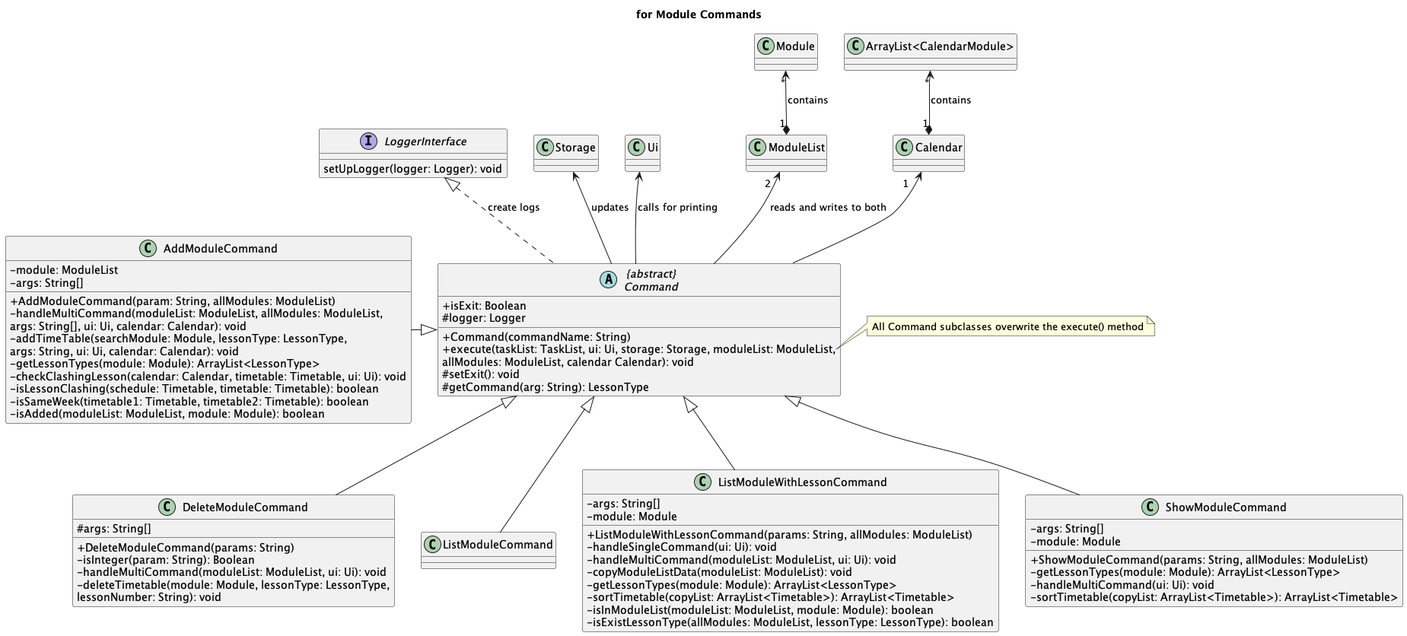
nus-cs2113-AY2223S2/tp keeps this PlantUML diagram as docs/uml-diagrams/Command2-for_Module_Commands.png. Above is the earlier version.
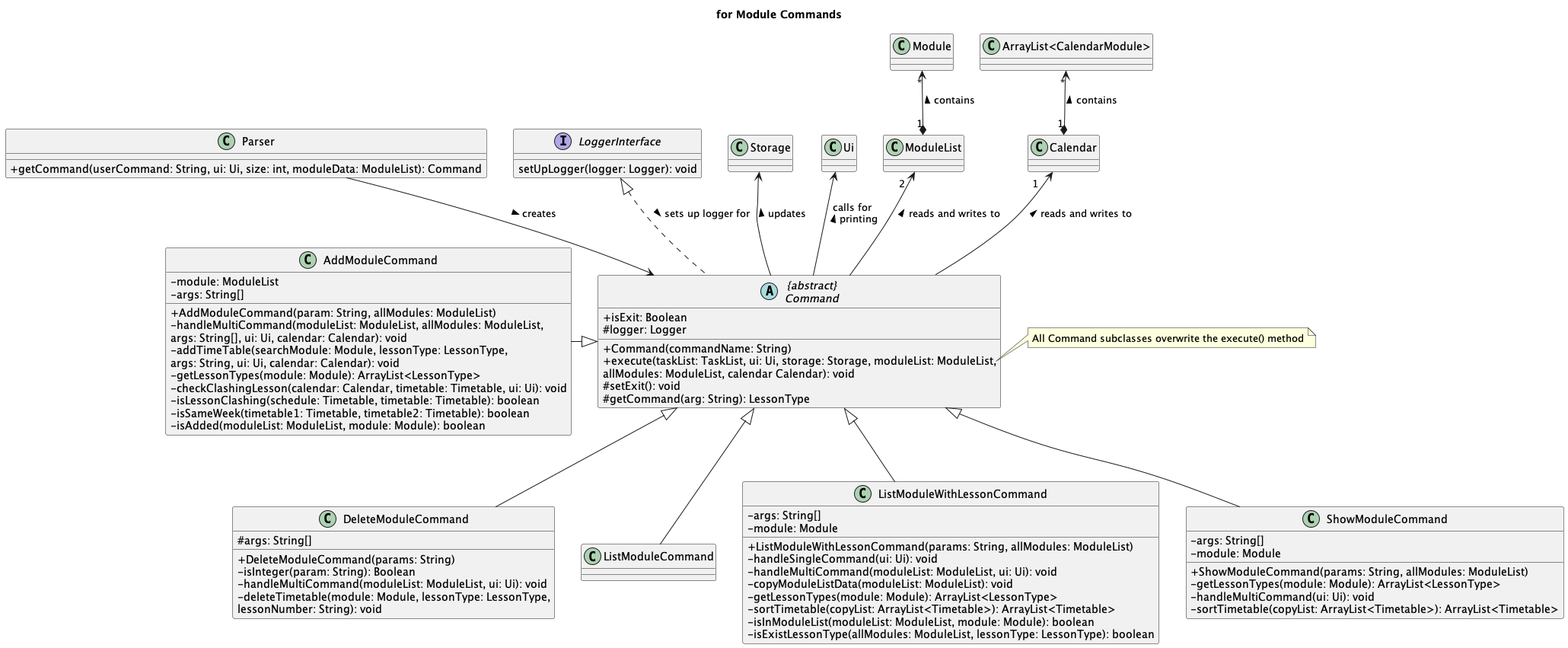
The same diagram one commit later.

What changed in the source:
```diff
@@ -2,6 +2,11 @@
 skinparam classAttributeIconSize 0
 
 title for Module Commands
+
+class Parser {
++ getCommand(userCommand: String, ui: Ui, size: int, moduleData: ModuleList): Command
+}
+Parser --> Command : creates >
 
 abstract class "{abstract}\nCommand" as Command {
 + isExit: Boolean
@@ -20,7 +25,7 @@
 note right of Command::execute
     All Command subclasses overwrite the execute() method
 end note
-LoggerInterface <|.. Command : create logs
+LoggerInterface <|.. Command : sets up logger for >
 
 class AddModuleCommand {
 - module: ModuleList
@@ -74,11 +79,11 @@
 - sortTimetable(copyList: ArrayList<Timetable>): ArrayList<Timetable>
 }
 Command <|-- ShowModuleCommand
-Storage <-- Command : updates
-Ui <-- Command : "calls for printing            "
-ModuleList "2  " <-- Command : " reads and writes to both"
-Module "*" <--* "1" ModuleList : contains
-Calendar "1   " <-- Command
-"ArrayList<CalendarModule>" "*" <--* "1" Calendar : contains
+Storage <-- Command : updates <
+Ui <-- Command : calls for \nprinting <
+ModuleList "2  " <-- Command : reads and writes to <
+Module "*" <--* "1" ModuleList : contains <
+Calendar "1   " <-- Command : reads and writes to <
+"ArrayList<CalendarModule>" "*" <--* "1" Calendar : contains <
 
 @enduml
```
